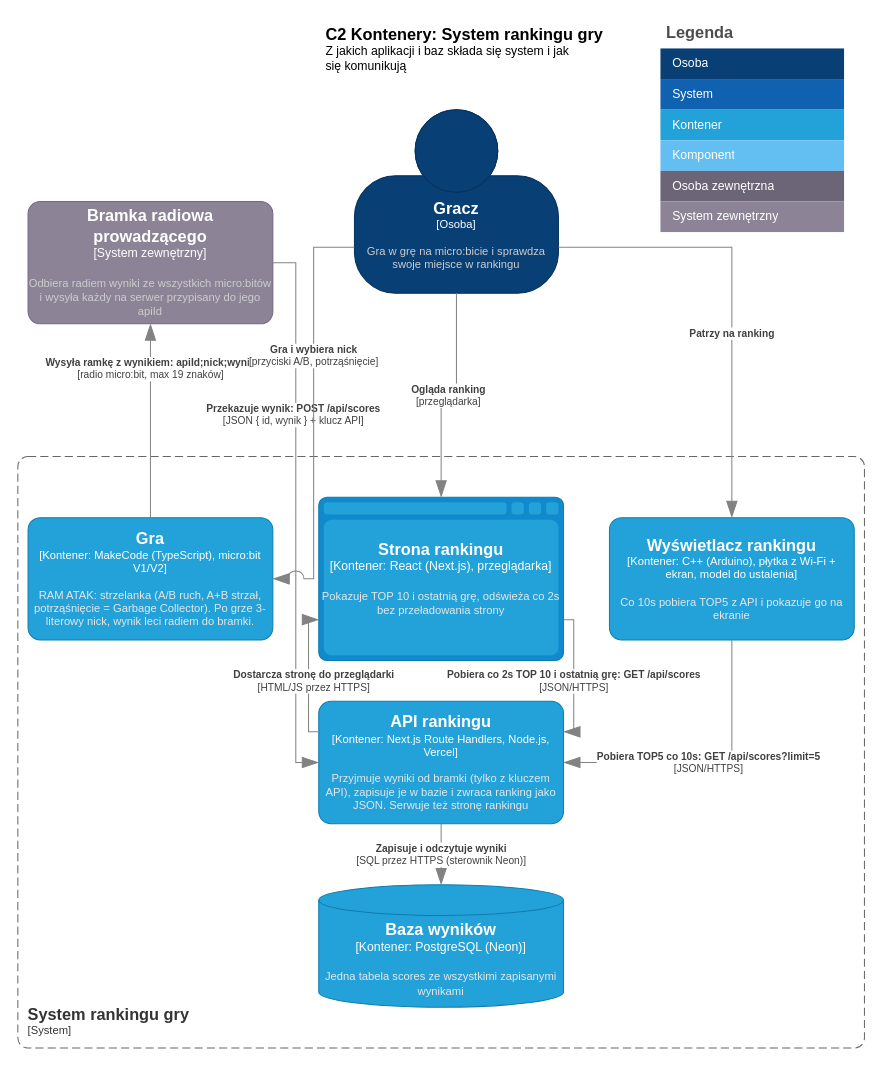
Earlier version of the draw.io diagram page "C2 Kontenery" (2 of 4) of docs/c4-ranking.drawio (Damikk19/Sem5_JiPP). Source tidied: cells renumbered, new cells numbered last; positions are measured from the earlier drawing's top-left corner, leaving out a move shared by most shapes. Both pictures are drawn from the tidied source at 102%, with x=0, y=0 at pixel (17, 17).
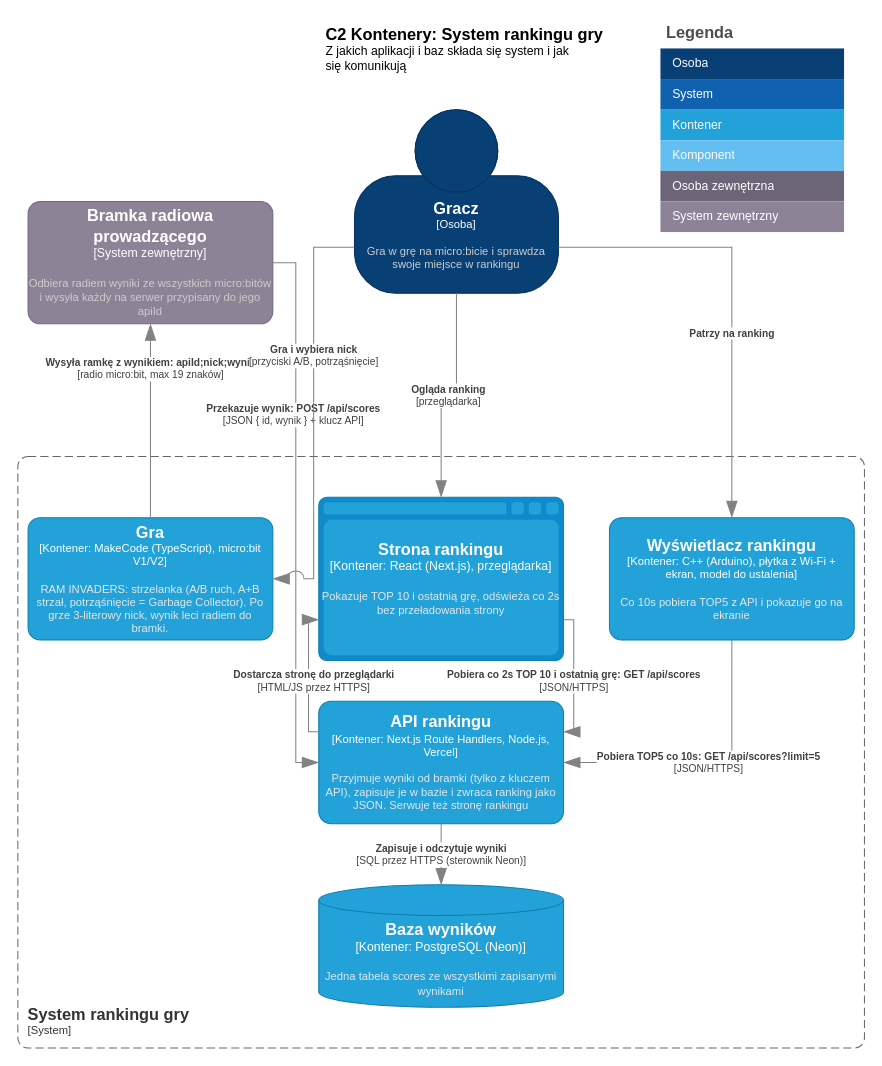
Above is the later version.

What changed in the source:
```diff
@@
-    <object id="18" label="&lt;font style=&quot;font-size: 16px&quot;&gt;&lt;b&gt;%c4Name%&lt;/b&gt;&lt;/font&gt;&lt;div&gt;[%c4Type%: %c4Technology%]&lt;/div&gt;&lt;br&gt;&lt;div&gt;&lt;font style=&quot;font-size: 11px&quot;&gt;&lt;font color=&quot;#E6E6E6&quot;&gt;%c4Description%&lt;/font&gt;&lt;/div&gt;" c4Description="RAM ATAK: strzelanka (A/B ruch, A+B strzał, potrząśnięcie = Garbage Collector). Po grze 3-literowy nick, wynik leci radiem do bramki." c4Name="Gra" c4Technology="MakeCode (TypeScript), micro:bit V1/V2" c4Type="Kontener" placeholders="1">
+    <object id="18" label="&lt;font style=&quot;font-size: 16px&quot;&gt;&lt;b&gt;%c4Name%&lt;/b&gt;&lt;/font&gt;&lt;div&gt;[%c4Type%: %c4Technology%]&lt;/div&gt;&lt;br&gt;&lt;div&gt;&lt;font style=&quot;font-size: 11px&quot;&gt;&lt;font color=&quot;#E6E6E6&quot;&gt;%c4Description%&lt;/font&gt;&lt;/div&gt;" c4Description="RAM INVADERS: strzelanka (A/B ruch, A+B strzał, potrząśnięcie = Garbage Collector). Po grze 3-literowy nick, wynik leci radiem do bramki." c4Name="Gra" c4Technology="MakeCode (TypeScript), micro:bit V1/V2" c4Type="Kontener" placeholders="1">
       <mxCell style="rounded=1;whiteSpace=wrap;html=1;fontSize=11;labelBackgroundColor=none;fillColor=#23A2D9;fontColor=#ffffff;align=center;arcSize=10;strokeColor=#0E7DAD;points=[[0.25,0,0],[0.5,0,0],[0.75,0,0],[1,0.25,0],[1,0.5,0],[1,0.75,0],[0.75,1,0],[0.5,1,0],[0.25,1,0],[0,0.75,0],[0,0.5,0],[0,0.25,0]];" parent="1" vertex="1">
         <mxGeometry x="10" y="490" width="240" height="120" as="geometry" />
       </mxCell>
     </object>
```
